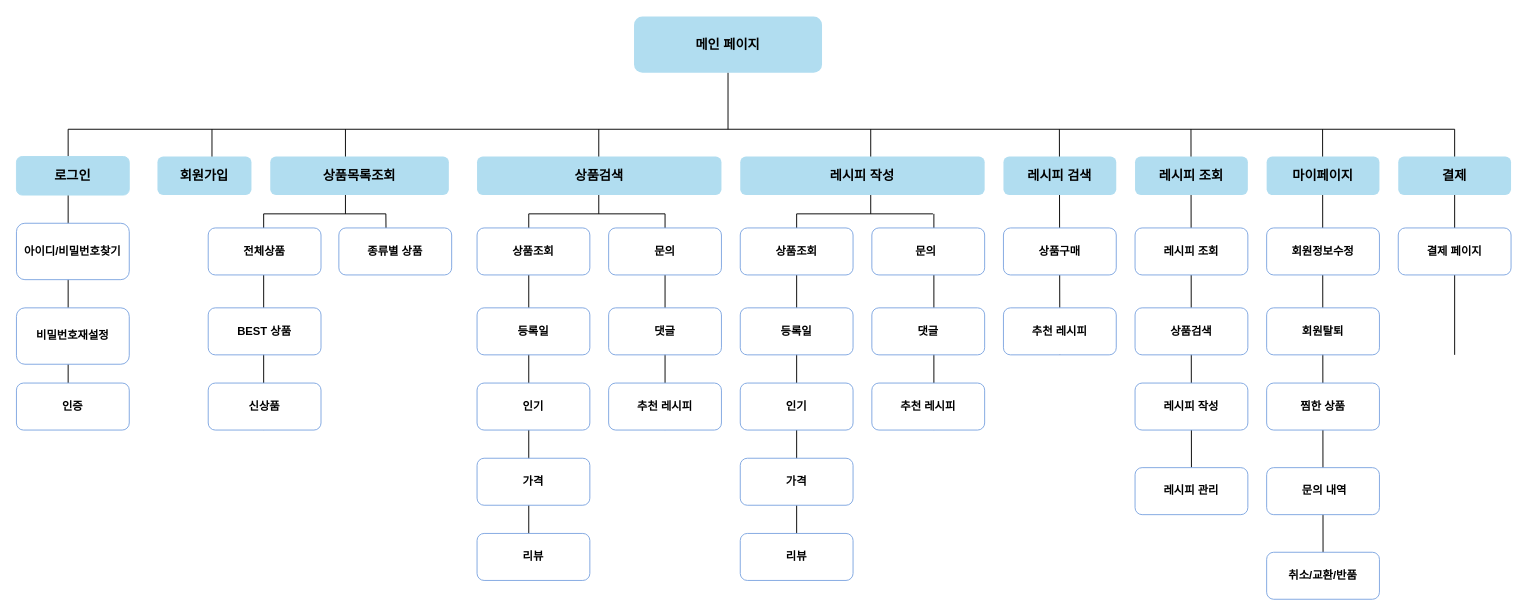
Before: Flowchart.drawio in wjdwodhs/Flowchart, a draw.io diagram. Source tidied: cells renumbered, new cells numbered last; positions are measured from the earlier drawing's top-left corner, leaving out a move shared by most shapes. Both pictures are drawn from the tidied source at 94%, with x=0, y=0 at pixel (16, 16).
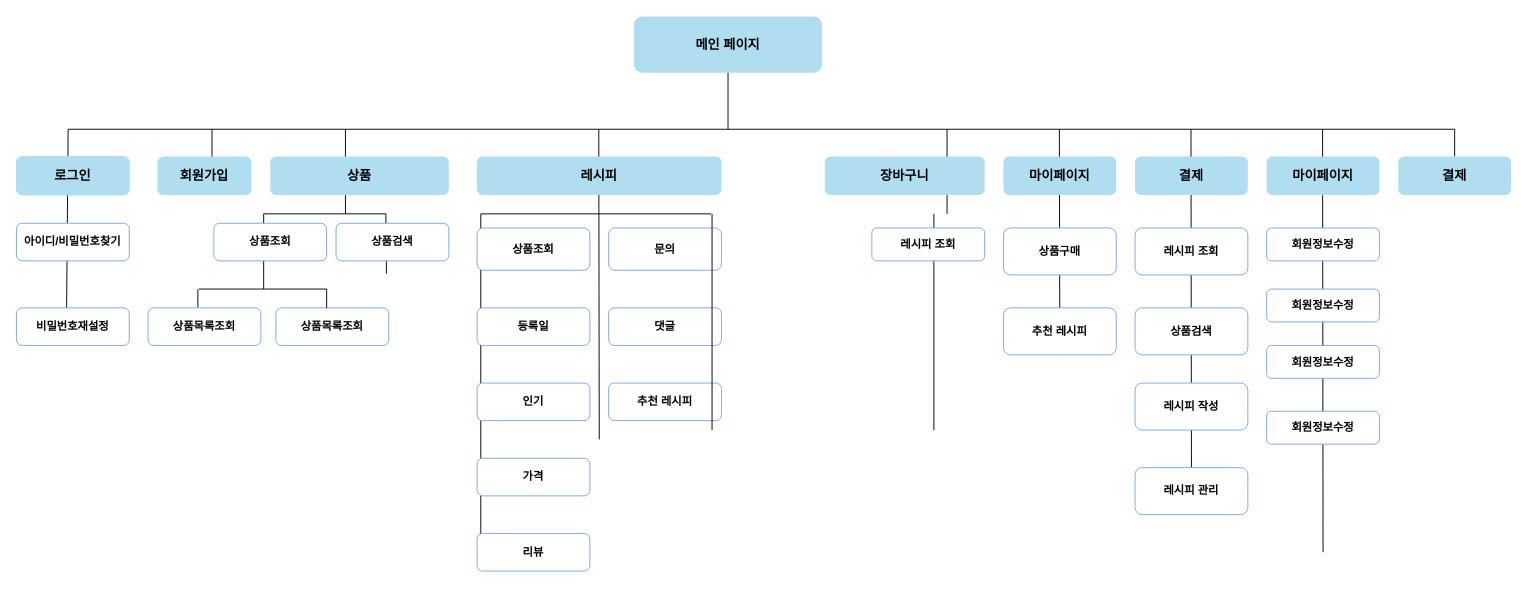
After the change.

Unchanged cells that the change refers to:
```xml
<mxCell id="64" value="&lt;h3&gt;&lt;span style=&quot;font-size: 14px;&quot;&gt;결제&lt;/span&gt;&lt;/h3&gt;" style="rounded=1;whiteSpace=wrap;html=1;fillColor=#B1DDF0;strokeColor=none;" parent="1" vertex="1">
  <mxGeometry x="1470" y="149" width="120" height="41" as="geometry" />
</mxCell>
```

What changed in the source:
```diff
@@
-    <mxCell id="5" style="endArrow=none;html=1;rounded=0;" parent="1" edge="1">
+    <mxCell id="5" style="endArrow=none;html=1;rounded=0;exitX=0.442;exitY=0.967;exitDx=0;exitDy=0;exitPerimeter=0;" parent="1" edge="1" source="13">
       <mxGeometry relative="1" as="geometry">
-        <mxPoint x="55" y="400" as="sourcePoint" />
         <mxPoint x="55" y="120" as="targetPoint" />
       </mxGeometry>
     </mxCell>
@@
-    <mxCell id="11" value="&lt;h3&gt;&lt;span style=&quot;font-size: 14px;&quot;&gt;레시피 조회&lt;/span&gt;&lt;/h3&gt;" style="rounded=1;whiteSpace=wrap;html=1;fillColor=#B1DDF0;strokeColor=none;" parent="1" vertex="1">
+    <mxCell id="11" value="&lt;h3&gt;&lt;span style=&quot;font-size: 14px;&quot;&gt;결제&lt;/span&gt;&lt;/h3&gt;" style="rounded=1;whiteSpace=wrap;html=1;fillColor=#B1DDF0;strokeColor=none;" parent="1" vertex="1">
       <mxGeometry x="1190" y="149" width="120" height="41" as="geometry" />
     </mxCell>
     <mxCell id="12" value="&lt;font style=&quot;font-size: 12px;&quot;&gt;&lt;b&gt;아이디/비밀번호찾기&lt;/b&gt;&lt;/font&gt;" style="rounded=1;whiteSpace=wrap;html=1;strokeColor=#7EA6E0;" parent="1" vertex="1">
-      <mxGeometry y="220" width="120" height="60" as="geometry" />
+      <mxGeometry y="220" width="120" height="40" as="geometry" />
     </mxCell>
     <mxCell id="13" value="&lt;b&gt;비밀번호재설정&lt;/b&gt;" style="rounded=1;whiteSpace=wrap;html=1;strokeColor=#7EA6E0;" parent="1" vertex="1">
-      <mxGeometry y="310" width="120" height="60" as="geometry" />
+      <mxGeometry y="310" width="120" height="40" as="geometry" />
     </mxCell>
@@
-    <mxCell id="16" value="&lt;h3&gt;&lt;span style=&quot;font-size: 14px;&quot;&gt;상품목록조회&lt;/span&gt;&lt;/h3&gt;" style="rounded=1;whiteSpace=wrap;html=1;fillColor=#B1DDF0;strokeColor=none;" parent="1" vertex="1">
+    <mxCell id="16" value="&lt;h3&gt;&lt;span style=&quot;font-size: 14px;&quot;&gt;상품&lt;/span&gt;&lt;/h3&gt;" style="rounded=1;whiteSpace=wrap;html=1;fillColor=#B1DDF0;strokeColor=none;" parent="1" vertex="1">
       <mxGeometry x="270" y="149" width="190" height="41" as="geometry" />
     </mxCell>
@@
-    <mxCell id="19" value="&lt;b&gt;종류별 상품&lt;/b&gt;" style="rounded=1;whiteSpace=wrap;html=1;strokeColor=#7EA6E0;" parent="1" vertex="1">
-      <mxGeometry x="343" y="225" width="120" height="50" as="geometry" />
-    </mxCell>
-    <mxCell id="20" style="endArrow=none;html=1;rounded=0;exitX=0.5;exitY=1;exitDx=0;exitDy=0;" parent="1" edge="1" source="33">
-      <mxGeometry relative="1" as="geometry">
-        <mxPoint x="690" y="210" as="targetPoint" />
-      </mxGeometry>
-    </mxCell>
-    <mxCell id="21" style="endArrow=none;html=1;rounded=0;exitX=0.5;exitY=1;exitDx=0;exitDy=0;" parent="1" edge="1">
+    <mxCell id="21" style="endArrow=none;html=1;rounded=0;" parent="1" edge="1">
       <mxGeometry relative="1" as="geometry">
-        <mxPoint x="263" y="440" as="sourcePoint" />
+        <mxPoint x="263" y="290" as="sourcePoint" />
         <mxPoint x="263" y="210" as="targetPoint" />
       </mxGeometry>
     </mxCell>
-    <mxCell id="22" value="&lt;b&gt;전체상품&lt;/b&gt;" style="rounded=1;whiteSpace=wrap;html=1;strokeColor=#7EA6E0;" parent="1" vertex="1">
-      <mxGeometry x="204" y="225" width="120" height="50" as="geometry" />
-    </mxCell>
-    <mxCell id="23" value="&lt;b&gt;BEST 상품&lt;/b&gt;" style="rounded=1;whiteSpace=wrap;html=1;strokeColor=#7EA6E0;" parent="1" vertex="1">
-      <mxGeometry x="204" y="310" width="120" height="50" as="geometry" />
-    </mxCell>
-    <mxCell id="24" value="&lt;b&gt;신상품&lt;/b&gt;" style="rounded=1;whiteSpace=wrap;html=1;strokeColor=#7EA6E0;" parent="1" vertex="1">
-      <mxGeometry x="204" y="390" width="120" height="50" as="geometry" />
-    </mxCell>
     <mxCell id="25" style="endArrow=none;html=1;rounded=0;" parent="1" edge="1">
       <mxGeometry relative="1" as="geometry">
-        <mxPoint x="545" y="560" as="sourcePoint" />
-        <mxPoint x="545" y="210" as="targetPoint" />
+        <mxPoint x="494" y="560" as="sourcePoint" />
+        <mxPoint x="494" y="210" as="targetPoint" />
       </mxGeometry>
     </mxCell>
@@
     <mxCell id="27" value="&lt;b&gt;상품조회&lt;/b&gt;" style="rounded=1;whiteSpace=wrap;html=1;strokeColor=#7EA6E0;" parent="1" vertex="1">
-      <mxGeometry x="490" y="225" width="120" height="50" as="geometry" />
+      <mxGeometry x="490" y="225" width="120" height="45" as="geometry" />
     </mxCell>
     <mxCell id="28" value="&lt;b&gt;등록일&lt;/b&gt;" style="rounded=1;whiteSpace=wrap;html=1;strokeColor=#7EA6E0;" parent="1" vertex="1">
-      <mxGeometry x="490" y="310" width="120" height="50" as="geometry" />
+      <mxGeometry x="490" y="310" width="120" height="40" as="geometry" />
     </mxCell>
     <mxCell id="29" value="&lt;b&gt;인기&lt;/b&gt;" style="rounded=1;whiteSpace=wrap;html=1;strokeColor=#7EA6E0;" parent="1" vertex="1">
-      <mxGeometry x="490" y="390" width="120" height="50" as="geometry" />
+      <mxGeometry x="490" y="390" width="120" height="40" as="geometry" />
     </mxCell>
     <mxCell id="30" value="&lt;b&gt;가격&lt;/b&gt;" style="rounded=1;whiteSpace=wrap;html=1;strokeColor=#7EA6E0;" parent="1" vertex="1">
-      <mxGeometry x="490" y="470" width="120" height="50" as="geometry" />
+      <mxGeometry x="490" y="470" width="120" height="40" as="geometry" />
     </mxCell>
     <mxCell id="31" value="&lt;b&gt;문의&lt;/b&gt;" style="rounded=1;whiteSpace=wrap;html=1;strokeColor=#7EA6E0;fillColor=#FFFFFF;" parent="1" vertex="1">
-      <mxGeometry x="630" y="225" width="120" height="50" as="geometry" />
+      <mxGeometry x="630" y="225" width="120" height="45" as="geometry" />
     </mxCell>
     <mxCell id="32" value="&lt;b&gt;댓글&lt;/b&gt;" style="rounded=1;whiteSpace=wrap;html=1;strokeColor=#7EA6E0;fillColor=#FFFFFF;" parent="1" vertex="1">
-      <mxGeometry x="630" y="310" width="120" height="50" as="geometry" />
+      <mxGeometry x="630" y="310" width="120" height="40" as="geometry" />
     </mxCell>
     <mxCell id="33" value="&lt;b&gt;추천 레시피&lt;/b&gt;" style="rounded=1;whiteSpace=wrap;html=1;strokeColor=#7EA6E0;" parent="1" vertex="1">
-      <mxGeometry x="630" y="390" width="120" height="50" as="geometry" />
+      <mxGeometry x="630" y="390" width="120" height="40" as="geometry" />
     </mxCell>
-    <mxCell id="34" value="&lt;h3&gt;&lt;span style=&quot;font-size: 14px;&quot;&gt;레시피 검색&lt;/span&gt;&lt;/h3&gt;" style="rounded=1;whiteSpace=wrap;html=1;fillColor=#B1DDF0;strokeColor=none;" parent="1" vertex="1">
+    <mxCell id="34" value="&lt;h3&gt;&lt;span style=&quot;font-size: 14px;&quot;&gt;마이페이지&lt;/span&gt;&lt;/h3&gt;" style="rounded=1;whiteSpace=wrap;html=1;fillColor=#B1DDF0;strokeColor=none;" parent="1" vertex="1">
       <mxGeometry x="1050" y="149" width="120" height="41" as="geometry" />
     </mxCell>
     <mxCell id="35" value="&lt;b&gt;리뷰&lt;/b&gt;" style="rounded=1;whiteSpace=wrap;html=1;strokeColor=#7EA6E0;" parent="1" vertex="1">
-      <mxGeometry x="490" y="550" width="120" height="50" as="geometry" />
+      <mxGeometry x="490" y="550" width="120" height="40" as="geometry" />
     </mxCell>
     <mxCell id="36" style="endArrow=none;html=1;rounded=0;" parent="1" edge="1">
       <mxGeometry relative="1" as="geometry">
-        <mxPoint x="545" y="210" as="sourcePoint" />
-        <mxPoint x="690" y="210" as="targetPoint" />
+        <mxPoint x="494" y="210" as="sourcePoint" />
+        <mxPoint x="739" y="210" as="targetPoint" />
       </mxGeometry>
     </mxCell>
     <mxCell id="37" style="endArrow=none;html=1;rounded=0;" parent="1" edge="1">
       <mxGeometry relative="1" as="geometry">
-        <mxPoint x="619.5" y="210" as="sourcePoint" />
+        <mxPoint x="620" y="450" as="sourcePoint" />
         <mxPoint x="619.5" y="120" as="targetPoint" />
       </mxGeometry>
     </mxCell>
-    <mxCell id="38" value="&lt;h3 style=&quot;border-color: var(--border-color);&quot;&gt;상품검색&lt;/h3&gt;" style="rounded=1;whiteSpace=wrap;html=1;fillColor=#B1DDF0;strokeColor=none;" parent="1" vertex="1">
+    <mxCell id="38" value="&lt;h3 style=&quot;border-color: var(--border-color);&quot;&gt;레시피&lt;/h3&gt;" style="rounded=1;whiteSpace=wrap;html=1;fillColor=#B1DDF0;strokeColor=none;" parent="1" vertex="1">
       <mxGeometry x="490" y="149" width="260" height="41" as="geometry" />
     </mxCell>
     <mxCell id="39" style="endArrow=none;html=1;rounded=0;" parent="1" edge="1">
       <mxGeometry relative="1" as="geometry">
-        <mxPoint x="908.8" y="210" as="sourcePoint" />
-        <mxPoint x="908.8" y="120" as="targetPoint" />
+        <mxPoint x="990" y="210" as="sourcePoint" />
+        <mxPoint x="990" y="120" as="targetPoint" />
       </mxGeometry>
     </mxCell>
-    <mxCell id="40" value="&lt;h3&gt;&lt;span style=&quot;font-size: 14px;&quot;&gt;레시피 작성&lt;/span&gt;&lt;/h3&gt;" style="rounded=1;whiteSpace=wrap;html=1;fillColor=#B1DDF0;strokeColor=none;" parent="1" vertex="1">
-      <mxGeometry x="770" y="149" width="260" height="41" as="geometry" />
+    <mxCell id="40" value="&lt;h3&gt;&lt;span style=&quot;font-size: 14px;&quot;&gt;장바구니&lt;/span&gt;&lt;/h3&gt;" style="rounded=1;whiteSpace=wrap;html=1;fillColor=#B1DDF0;strokeColor=none;" parent="1" vertex="1">
+      <mxGeometry x="860" y="149" width="170" height="41" as="geometry" />
     </mxCell>
-    <mxCell id="41" style="endArrow=none;html=1;rounded=0;" parent="1" edge="1">
-      <mxGeometry relative="1" as="geometry">
-        <mxPoint x="830" y="210" as="sourcePoint" />
-        <mxPoint x="975" y="210" as="targetPoint" />
-      </mxGeometry>
-    </mxCell>
-    <mxCell id="42" style="endArrow=none;html=1;rounded=0;exitX=0.5;exitY=0;exitDx=0;exitDy=0;" parent="1" edge="1">
-      <mxGeometry relative="1" as="geometry">
-        <mxPoint x="830" y="550" as="sourcePoint" />
-        <mxPoint x="830" y="210" as="targetPoint" />
-      </mxGeometry>
-    </mxCell>
-    <mxCell id="43" style="endArrow=none;html=1;rounded=0;exitX=0.55;exitY=1;exitDx=0;exitDy=0;exitPerimeter=0;" parent="1" edge="1" source="51">
+    <mxCell id="43" style="endArrow=none;html=1;rounded=0;exitX=0.55;exitY=1;exitDx=0;exitDy=0;exitPerimeter=0;" parent="1" edge="1">
       <mxGeometry relative="1" as="geometry">
+        <mxPoint x="976" y="440" as="sourcePoint" />
         <mxPoint x="976" y="210" as="targetPoint" />
       </mxGeometry>
     </mxCell>
-    <mxCell id="44" value="&lt;b&gt;상품조회&lt;/b&gt;" style="rounded=1;whiteSpace=wrap;html=1;strokeColor=#7EA6E0;" parent="1" vertex="1">
-      <mxGeometry x="770" y="225" width="120" height="50" as="geometry" />
-    </mxCell>
-    <mxCell id="45" value="&lt;b&gt;등록일&lt;/b&gt;" style="rounded=1;whiteSpace=wrap;html=1;strokeColor=#7EA6E0;" parent="1" vertex="1">
-      <mxGeometry x="770" y="310" width="120" height="50" as="geometry" />
-    </mxCell>
-    <mxCell id="46" value="&lt;b&gt;인기&lt;/b&gt;" style="rounded=1;whiteSpace=wrap;html=1;strokeColor=#7EA6E0;" parent="1" vertex="1">
-      <mxGeometry x="770" y="390" width="120" height="50" as="geometry" />
-    </mxCell>
-    <mxCell id="47" value="&lt;b&gt;가격&lt;/b&gt;" style="rounded=1;whiteSpace=wrap;html=1;strokeColor=#7EA6E0;" parent="1" vertex="1">
-      <mxGeometry x="770" y="470" width="120" height="50" as="geometry" />
-    </mxCell>
-    <mxCell id="48" value="&lt;b&gt;리뷰&lt;/b&gt;" style="rounded=1;whiteSpace=wrap;html=1;strokeColor=#7EA6E0;" parent="1" vertex="1">
-      <mxGeometry x="770" y="550" width="120" height="50" as="geometry" />
-    </mxCell>
-    <mxCell id="49" value="&lt;b&gt;문의&lt;span style=&quot;white-space: pre;&quot;&gt;&#9;&lt;/span&gt;&lt;/b&gt;" style="rounded=1;whiteSpace=wrap;html=1;strokeColor=#7EA6E0;fillColor=#FFFFFF;" parent="1" vertex="1">
-      <mxGeometry x="910" y="225" width="120" height="50" as="geometry" />
+    <mxCell id="49" value="&lt;b&gt;레시피 조회&lt;/b&gt;" style="rounded=1;whiteSpace=wrap;html=1;strokeColor=#7EA6E0;fillColor=#FFFFFF;" parent="1" vertex="1">
+      <mxGeometry x="910" y="225" width="120" height="35" as="geometry" />
     </mxCell>
-    <mxCell id="50" value="&lt;b&gt;댓글&lt;/b&gt;" style="rounded=1;whiteSpace=wrap;html=1;strokeColor=#7EA6E0;fillColor=#FFFFFF;" parent="1" vertex="1">
-      <mxGeometry x="910" y="310" width="120" height="50" as="geometry" />
-    </mxCell>
-    <mxCell id="51" value="&lt;b&gt;추천 레시피&lt;/b&gt;" style="rounded=1;whiteSpace=wrap;html=1;strokeColor=#7EA6E0;" parent="1" vertex="1">
-      <mxGeometry x="910" y="390" width="120" height="50" as="geometry" />
-    </mxCell>
@@
     <mxCell id="57" value="&lt;b&gt;회원정보수정&lt;/b&gt;" style="rounded=1;whiteSpace=wrap;html=1;strokeColor=#7EA6E0;" parent="1" vertex="1">
-      <mxGeometry x="1330" y="225" width="120" height="50" as="geometry" />
+      <mxGeometry x="1330" y="225" width="120" height="35" as="geometry" />
     </mxCell>
-    <mxCell id="58" value="&lt;b&gt;회원탈퇴&lt;/b&gt;" style="rounded=1;whiteSpace=wrap;html=1;strokeColor=#7EA6E0;" parent="1" vertex="1">
-      <mxGeometry x="1330" y="310" width="120" height="50" as="geometry" />
-    </mxCell>
-    <mxCell id="59" value="&lt;b&gt;찜한 상품&lt;/b&gt;" style="rounded=1;whiteSpace=wrap;html=1;strokeColor=#7EA6E0;" parent="1" vertex="1">
-      <mxGeometry x="1330" y="390" width="120" height="50" as="geometry" />
-    </mxCell>
-    <mxCell id="60" value="&lt;b&gt;&amp;nbsp;문의 내역&lt;/b&gt;" style="rounded=1;whiteSpace=wrap;html=1;strokeColor=#7EA6E0;" parent="1" vertex="1">
-      <mxGeometry x="1330" y="480" width="120" height="50" as="geometry" />
-    </mxCell>
-    <mxCell id="61" value="&lt;b&gt;취소/교환/반품&lt;/b&gt;" style="rounded=1;whiteSpace=wrap;html=1;strokeColor=#7EA6E0;" parent="1" vertex="1">
-      <mxGeometry x="1330" y="570" width="120" height="50" as="geometry" />
-    </mxCell>
@@
-    <mxCell id="63" style="endArrow=none;html=1;rounded=0;exitX=0.5;exitY=1;exitDx=0;exitDy=0;exitPerimeter=0;" parent="1" edge="1">
+    <mxCell id="63" style="endArrow=none;html=1;rounded=0;" parent="1" edge="1" source="64">
       <mxGeometry relative="1" as="geometry">
-        <mxPoint x="1530" y="360" as="sourcePoint" />
         <mxPoint x="1530" y="120" as="targetPoint" />
       </mxGeometry>
     </mxCell>
@@
-    <mxCell id="65" value="&lt;b&gt;결제 페이지&lt;/b&gt;" style="rounded=1;whiteSpace=wrap;html=1;strokeColor=#7EA6E0;" parent="1" vertex="1">
-      <mxGeometry x="1470" y="225" width="120" height="50" as="geometry" />
-    </mxCell>
-    <mxCell id="66" value="&lt;b&gt;인증&lt;/b&gt;" style="rounded=1;whiteSpace=wrap;html=1;strokeColor=#7EA6E0;fillColor=#FFFFFF;" parent="1" vertex="1">
-      <mxGeometry y="390" width="120" height="50" as="geometry" />
-    </mxCell>
+    <mxCell id="67" value="&lt;b&gt;회원정보수정&lt;/b&gt;" style="rounded=1;whiteSpace=wrap;html=1;strokeColor=#7EA6E0;" parent="1" vertex="1">
+      <mxGeometry x="1330" y="290" width="120" height="35" as="geometry" />
+    </mxCell>
+    <mxCell id="68" value="&lt;b&gt;회원정보수정&lt;/b&gt;" style="rounded=1;whiteSpace=wrap;html=1;strokeColor=#7EA6E0;" parent="1" vertex="1">
+      <mxGeometry x="1330" y="350" width="120" height="35" as="geometry" />
+    </mxCell>
+    <mxCell id="69" value="&lt;b&gt;회원정보수정&lt;/b&gt;" style="rounded=1;whiteSpace=wrap;html=1;strokeColor=#7EA6E0;" parent="1" vertex="1">
+      <mxGeometry x="1330" y="420" width="120" height="35" as="geometry" />
+    </mxCell>
+    <mxCell id="70" style="endArrow=none;html=1;rounded=0;exitX=0.5;exitY=1;exitDx=0;exitDy=0;" parent="1" edge="1">
+      <mxGeometry relative="1" as="geometry">
+        <mxPoint x="740" y="440" as="sourcePoint" />
+        <mxPoint x="740" y="210" as="targetPoint" />
+      </mxGeometry>
+    </mxCell>
+    <mxCell id="71" style="endArrow=none;html=1;rounded=0;" parent="1" edge="1">
+      <mxGeometry relative="1" as="geometry">
+        <mxPoint x="194" y="290" as="sourcePoint" />
+        <mxPoint x="330" y="290" as="targetPoint" />
+      </mxGeometry>
+    </mxCell>
+    <mxCell id="72" style="endArrow=none;html=1;rounded=0;" parent="1" edge="1">
+      <mxGeometry relative="1" as="geometry">
+        <mxPoint x="193" y="310" as="sourcePoint" />
+        <mxPoint x="193" y="290" as="targetPoint" />
+      </mxGeometry>
+    </mxCell>
+    <mxCell id="73" value="&lt;b&gt;상품목록조회&lt;/b&gt;" style="rounded=1;whiteSpace=wrap;html=1;strokeColor=#7EA6E0;" parent="1" vertex="1">
+      <mxGeometry x="140" y="310" width="120" height="40" as="geometry" />
+    </mxCell>
+    <mxCell id="44" value="&lt;font style=&quot;font-size: 12px;&quot;&gt;&lt;b&gt;상품조회&lt;/b&gt;&lt;/font&gt;" style="rounded=1;whiteSpace=wrap;html=1;strokeColor=#7EA6E0;" parent="1" vertex="1">
+      <mxGeometry x="210" y="220" width="120" height="40" as="geometry" />
+    </mxCell>
+    <mxCell id="74" value="&lt;b&gt;상품검색&lt;/b&gt;" style="rounded=1;whiteSpace=wrap;html=1;strokeColor=#7EA6E0;" parent="1" vertex="1">
+      <mxGeometry x="340" y="220" width="120" height="40" as="geometry" />
+    </mxCell>
+    <mxCell id="75" value="&lt;b&gt;상품목록조회&lt;/b&gt;" style="rounded=1;whiteSpace=wrap;html=1;strokeColor=#7EA6E0;" parent="1" vertex="1">
+      <mxGeometry x="276" y="310" width="120" height="40" as="geometry" />
+    </mxCell>
+    <mxCell id="76" style="endArrow=none;html=1;rounded=0;" parent="1" edge="1">
+      <mxGeometry relative="1" as="geometry">
+        <mxPoint x="330" y="310" as="sourcePoint" />
+        <mxPoint x="330" y="290" as="targetPoint" />
+      </mxGeometry>
+    </mxCell>
```
